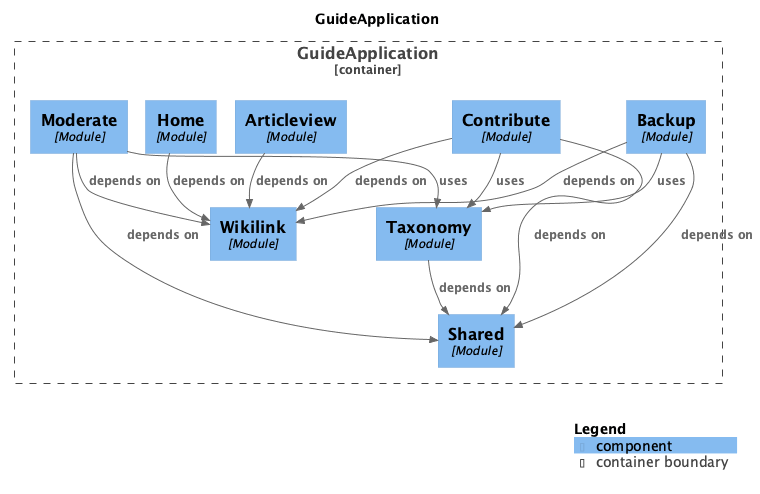
Before: docs/diagrams/out/c4-component-actual.png, a diagram exported from PlantUML (rikire/Exchange-Student-Guide-Platform).
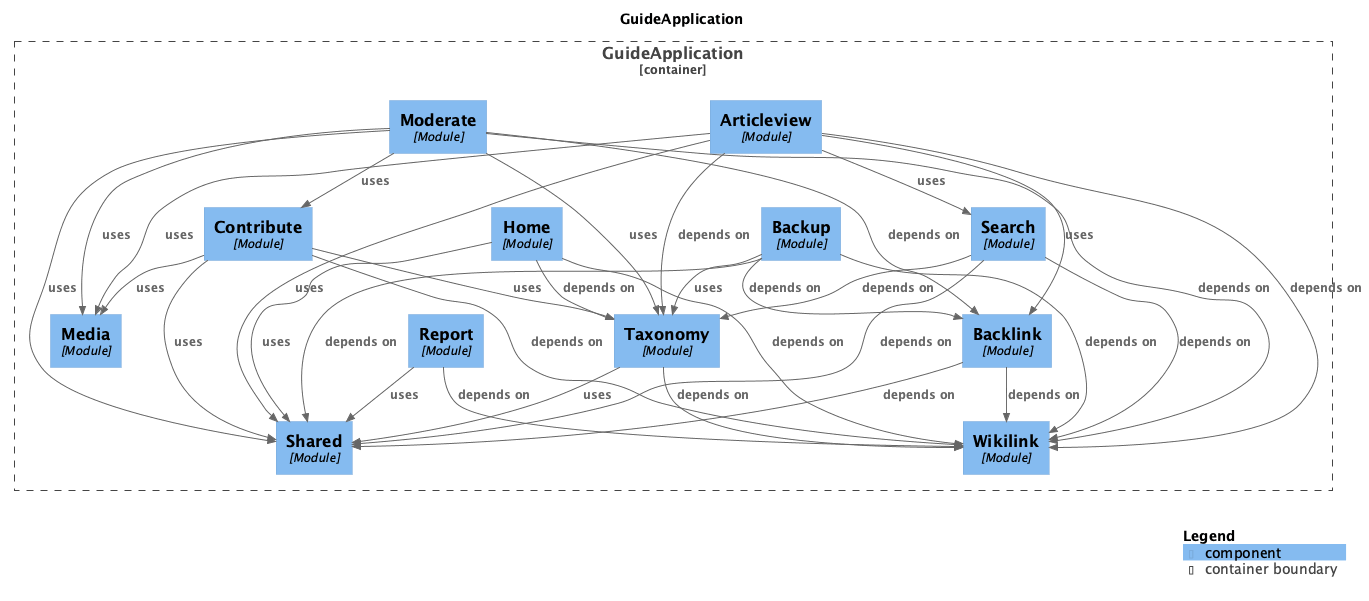
After the change.

What changed in the source:
```diff
@@ -9,28 +9,52 @@
 !include <C4/C4_Component>
 
 Container_Boundary("GuideApplication.GuideApplication_boundary", "GuideApplication", $tags="") {
-  Component(GuideApplication.GuideApplication.Taxonomy, "Taxonomy", $techn="Module", $descr="", $tags="", $link="")
   Component(GuideApplication.GuideApplication.Backup, "Backup", $techn="Module", $descr="", $tags="", $link="")
   Component(GuideApplication.GuideApplication.Contribute, "Contribute", $techn="Module", $descr="", $tags="", $link="")
+  Component(GuideApplication.GuideApplication.Home, "Home", $techn="Module", $descr="", $tags="", $link="")
+  Component(GuideApplication.GuideApplication.Search, "Search", $techn="Module", $descr="", $tags="", $link="")
+  Component(GuideApplication.GuideApplication.Articleview, "Articleview", $techn="Module", $descr="", $tags="", $link="")
   Component(GuideApplication.GuideApplication.Moderate, "Moderate", $techn="Module", $descr="", $tags="", $link="")
   Component(GuideApplication.GuideApplication.Shared, "Shared", $techn="Module", $descr="", $tags="", $link="")
   Component(GuideApplication.GuideApplication.Wikilink, "Wikilink", $techn="Module", $descr="", $tags="", $link="")
-  Component(GuideApplication.GuideApplication.Articleview, "Articleview", $techn="Module", $descr="", $tags="", $link="")
-  Component(GuideApplication.GuideApplication.Home, "Home", $techn="Module", $descr="", $tags="", $link="")
+  Component(GuideApplication.GuideApplication.Backlink, "Backlink", $techn="Module", $descr="", $tags="", $link="")
+  Component(GuideApplication.GuideApplication.Media, "Media", $techn="Module", $descr="", $tags="", $link="")
+  Component(GuideApplication.GuideApplication.Report, "Report", $techn="Module", $descr="", $tags="", $link="")
+  Component(GuideApplication.GuideApplication.Taxonomy, "Taxonomy", $techn="Module", $descr="", $tags="", $link="")
 }
 
-Rel(GuideApplication.GuideApplication.Home, GuideApplication.GuideApplication.Wikilink, "depends on", $techn="", $tags="", $link="")
-Rel(GuideApplication.GuideApplication.Contribute, GuideApplication.GuideApplication.Shared, "depends on", $techn="", $tags="", $link="")
+Rel(GuideApplication.GuideApplication.Search, GuideApplication.GuideApplication.Wikilink, "depends on", $techn="", $tags="", $link="")
+Rel(GuideApplication.GuideApplication.Search, GuideApplication.GuideApplication.Taxonomy, "depends on", $techn="", $tags="", $link="")
+Rel(GuideApplication.GuideApplication.Search, GuideApplication.GuideApplication.Shared, "depends on", $techn="", $tags="", $link="")
+Rel(GuideApplication.GuideApplication.Moderate, GuideApplication.GuideApplication.Wikilink, "depends on", $techn="", $tags="", $link="")
+Rel(GuideApplication.GuideApplication.Moderate, GuideApplication.GuideApplication.Backlink, "depends on", $techn="", $tags="", $link="")
+Rel(GuideApplication.GuideApplication.Moderate, GuideApplication.GuideApplication.Contribute, "uses", $techn="", $tags="", $link="")
+Rel(GuideApplication.GuideApplication.Moderate, GuideApplication.GuideApplication.Taxonomy, "uses", $techn="", $tags="", $link="")
+Rel(GuideApplication.GuideApplication.Moderate, GuideApplication.GuideApplication.Media, "uses", $techn="", $tags="", $link="")
+Rel(GuideApplication.GuideApplication.Moderate, GuideApplication.GuideApplication.Shared, "uses", $techn="", $tags="", $link="")
+Rel(GuideApplication.GuideApplication.Taxonomy, GuideApplication.GuideApplication.Wikilink, "depends on", $techn="", $tags="", $link="")
+Rel(GuideApplication.GuideApplication.Taxonomy, GuideApplication.GuideApplication.Shared, "uses", $techn="", $tags="", $link="")
+Rel(GuideApplication.GuideApplication.Report, GuideApplication.GuideApplication.Wikilink, "depends on", $techn="", $tags="", $link="")
+Rel(GuideApplication.GuideApplication.Report, GuideApplication.GuideApplication.Shared, "uses", $techn="", $tags="", $link="")
+Rel(GuideApplication.GuideApplication.Backlink, GuideApplication.GuideApplication.Wikilink, "depends on", $techn="", $tags="", $link="")
+Rel(GuideApplication.GuideApplication.Backlink, GuideApplication.GuideApplication.Shared, "depends on", $techn="", $tags="", $link="")
+Rel(GuideApplication.GuideApplication.Articleview, GuideApplication.GuideApplication.Wikilink, "depends on", $techn="", $tags="", $link="")
+Rel(GuideApplication.GuideApplication.Articleview, GuideApplication.GuideApplication.Taxonomy, "depends on", $techn="", $tags="", $link="")
+Rel(GuideApplication.GuideApplication.Articleview, GuideApplication.GuideApplication.Media, "uses", $techn="", $tags="", $link="")
+Rel(GuideApplication.GuideApplication.Articleview, GuideApplication.GuideApplication.Backlink, "uses", $techn="", $tags="", $link="")
+Rel(GuideApplication.GuideApplication.Articleview, GuideApplication.GuideApplication.Shared, "uses", $techn="", $tags="", $link="")
+Rel(GuideApplication.GuideApplication.Articleview, GuideApplication.GuideApplication.Search, "uses", $techn="", $tags="", $link="")
 Rel(GuideApplication.GuideApplication.Contribute, GuideApplication.GuideApplication.Wikilink, "depends on", $techn="", $tags="", $link="")
 Rel(GuideApplication.GuideApplication.Contribute, GuideApplication.GuideApplication.Taxonomy, "uses", $techn="", $tags="", $link="")
-Rel(GuideApplication.GuideApplication.Moderate, GuideApplication.GuideApplication.Shared, "depends on", $techn="", $tags="", $link="")
-Rel(GuideApplication.GuideApplication.Moderate, GuideApplication.GuideApplication.Wikilink, "depends on", $techn="", $tags="", $link="")
-Rel(GuideApplication.GuideApplication.Moderate, GuideApplication.GuideApplication.Taxonomy, "uses", $techn="", $tags="", $link="")
-Rel(GuideApplication.GuideApplication.Articleview, GuideApplication.GuideApplication.Wikilink, "depends on", $techn="", $tags="", $link="")
+Rel(GuideApplication.GuideApplication.Contribute, GuideApplication.GuideApplication.Media, "uses", $techn="", $tags="", $link="")
+Rel(GuideApplication.GuideApplication.Contribute, GuideApplication.GuideApplication.Shared, "uses", $techn="", $tags="", $link="")
+Rel(GuideApplication.GuideApplication.Home, GuideApplication.GuideApplication.Taxonomy, "depends on", $techn="", $tags="", $link="")
+Rel(GuideApplication.GuideApplication.Home, GuideApplication.GuideApplication.Wikilink, "depends on", $techn="", $tags="", $link="")
+Rel(GuideApplication.GuideApplication.Home, GuideApplication.GuideApplication.Shared, "uses", $techn="", $tags="", $link="")
 Rel(GuideApplication.GuideApplication.Backup, GuideApplication.GuideApplication.Wikilink, "depends on", $techn="", $tags="", $link="")
+Rel(GuideApplication.GuideApplication.Backup, GuideApplication.GuideApplication.Backlink, "depends on", $techn="", $tags="", $link="")
 Rel(GuideApplication.GuideApplication.Backup, GuideApplication.GuideApplication.Shared, "depends on", $techn="", $tags="", $link="")
 Rel(GuideApplication.GuideApplication.Backup, GuideApplication.GuideApplication.Taxonomy, "uses", $techn="", $tags="", $link="")
-Rel(GuideApplication.GuideApplication.Taxonomy, GuideApplication.GuideApplication.Shared, "depends on", $techn="", $tags="", $link="")
 
 SHOW_LEGEND(true)
 @enduml
```
